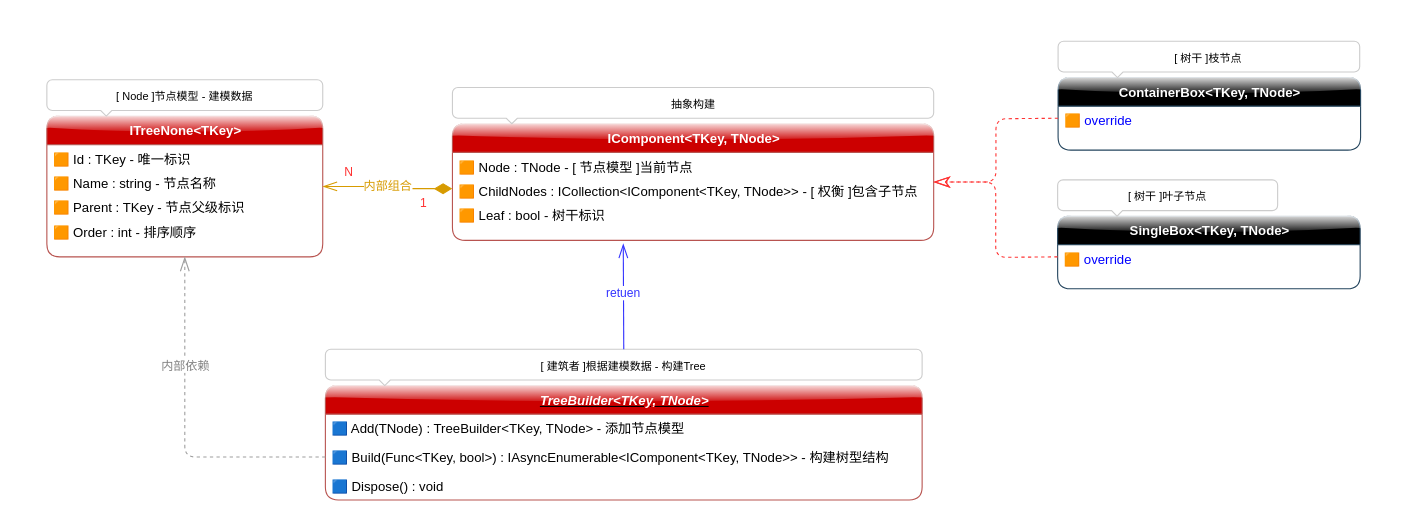
The draw.io diagram docs/wwwroot/UML/u1.0.0.drawio in pl06972515/PM2.Composite.Doc, before the edit. Source tidied: cells renumbered, new cells numbered last; positions are measured from the earlier drawing's top-left corner, leaving out a move shared by most shapes. Both pictures are drawn from the tidied source at 110%, with x=0, y=0 at pixel (19, 19).
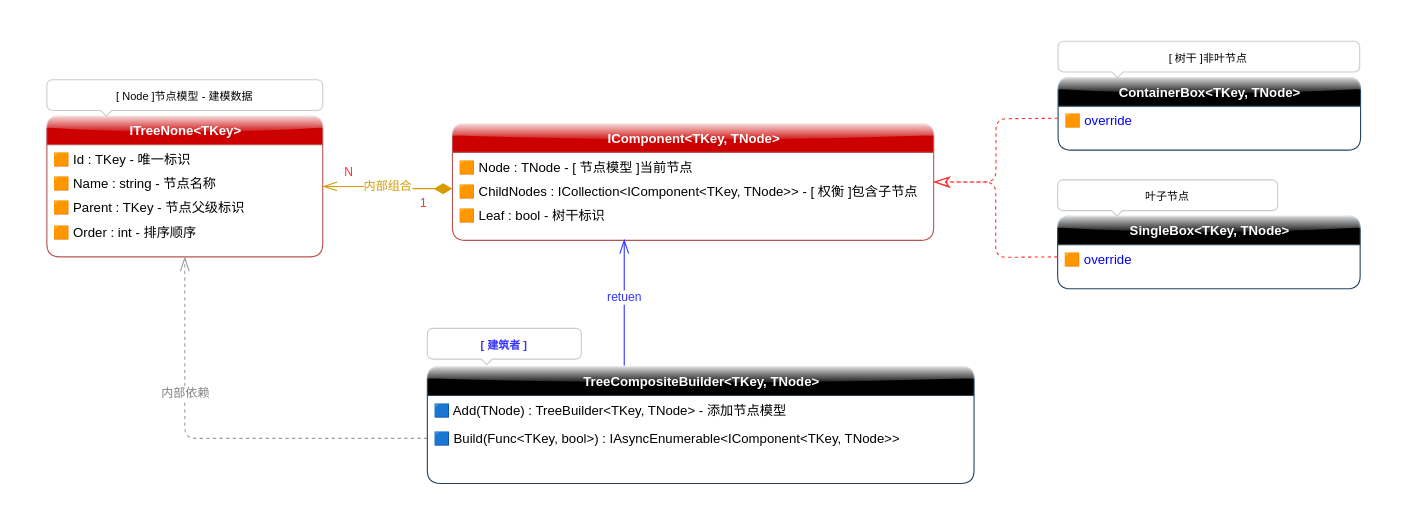
Above is the later version.

The change refers to these unchanged cells:
```xml
<mxCell id="3" value="&lt;div style=&quot;text-align: left&quot;&gt;&lt;font color=&quot;#ffffff&quot;&gt;ITreeNone&amp;lt;TKey&amp;gt;&lt;/font&gt;&lt;br&gt;&lt;/div&gt;" style="swimlane;fontStyle=1;align=center;verticalAlign=top;horizontal=1;startSize=26;html=1;strokeColor=#b85450;fillColor=#CC0000;glass=1;rounded=1;" parent="2" vertex="1">
  <mxGeometry x="25.1" y="53" width="250.8" height="128" as="geometry" />
</mxCell>
<mxCell id="10" style="group;rounded=1;" parent="1" vertex="1">
  <mxGeometry x="350" y="42" width="525" height="159" as="geometry" />
</mxCell>
<mxCell id="15" style="text;strokeColor=none;fillColor=none;align=left;verticalAlign=middle;spacingTop=-1;spacingLeft=4;spacingRight=4;labelPosition=right;points=[];portConstraint=eastwest;" parent="11" vertex="1">
  <mxGeometry y="92" width="437.5" height="14" as="geometry" />
</mxCell>
<mxCell id="17" style="group;rounded=1;" parent="1" vertex="1">
  <mxGeometry x="917" width="329" height="155" as="geometry" />
</mxCell>
<mxCell id="22" style="group;rounded=1;" parent="1" vertex="1">
  <mxGeometry x="924" y="126" width="240" height="155" as="geometry" />
</mxCell>
```

Change to the diagram source:
```diff
@@
-    <mxCell id="16" value="抽象构建" style="html=1;shadow=0;dashed=0;shape=mxgraph.bootstrap.popover;fillColor=#ffffff;strokeColor=#CCCCCC;dx=54;dy=5;rSize=5;whiteSpace=wrap;verticalAlign=top;spacing=10;fontSize=10;spacingLeft=0;align=center;spacingTop=-5;sketch=0;rounded=1;" parent="10" vertex="1">
-      <mxGeometry x="43.8" y="20" width="437.5" height="33" as="geometry" />
-    </mxCell>
@@
-    <mxCell id="21" value="[ 树干 ]枝节点" style="html=1;shadow=0;dashed=0;shape=mxgraph.bootstrap.popover;fillColor=#ffffff;strokeColor=#CCCCCC;dx=54;dy=5;rSize=5;whiteSpace=wrap;verticalAlign=top;spacing=10;fontSize=10;spacingLeft=0;align=center;spacingTop=-5;sketch=0;rounded=1;" parent="17" vertex="1">
+    <mxCell id="21" value="[ 树干 ]非叶节点" style="html=1;shadow=0;dashed=0;shape=mxgraph.bootstrap.popover;fillColor=#ffffff;strokeColor=#CCCCCC;dx=54;dy=5;rSize=5;whiteSpace=wrap;verticalAlign=top;spacing=10;fontSize=10;spacingLeft=0;align=center;spacingTop=-5;sketch=0;rounded=1;" parent="17" vertex="1">
       <mxGeometry x="27.4" y="20" width="274.2" height="33" as="geometry" />
     </mxCell>
@@
-    <mxCell id="26" value="[ 树干 ]叶子节点" style="html=1;shadow=0;dashed=0;shape=mxgraph.bootstrap.popover;fillColor=#ffffff;strokeColor=#CCCCCC;dx=54;dy=5;rSize=5;whiteSpace=wrap;verticalAlign=top;spacing=10;fontSize=10;spacingLeft=0;align=center;spacingTop=-5;sketch=0;rounded=1;" parent="22" vertex="1">
+    <mxCell id="26" value="叶子节点" style="html=1;shadow=0;dashed=0;shape=mxgraph.bootstrap.popover;fillColor=#ffffff;strokeColor=#CCCCCC;dx=54;dy=5;rSize=5;whiteSpace=wrap;verticalAlign=top;spacing=10;fontSize=10;spacingLeft=0;align=center;spacingTop=-5;sketch=0;rounded=1;" parent="22" vertex="1">
       <mxGeometry x="20" y="20" width="200" height="33" as="geometry" />
     </mxCell>
@@
-    <mxCell id="32" style="group;rounded=1;" parent="1" vertex="1">
-      <mxGeometry x="224" y="280" width="651" height="155" as="geometry" />
-    </mxCell>
-    <mxCell id="33" value="&lt;div style=&quot;text-align: left&quot;&gt;&lt;font color=&quot;#ffffff&quot;&gt;TreeBuilder&amp;lt;TKey, TNode&amp;gt;&lt;/font&gt;&lt;br&gt;&lt;/div&gt;" style="swimlane;fontStyle=7;align=center;verticalAlign=top;horizontal=1;startSize=26;html=1;strokeColor=#b85450;fillColor=#CC0000;glass=1;rounded=1;" parent="32" vertex="1">
-      <mxGeometry x="54.3" y="53" width="542.5" height="104" as="geometry" />
-    </mxCell>
+    <mxCell id="38" value="&lt;font color=&quot;#3333ff&quot;&gt;retuen&lt;/font&gt;" style="endArrow=openThin;endSize=11;html=1;fontColor=#000000;endFill=0;fillColor=#0050ef;strokeColor=#3333FF;entryX=0.357;entryY=0.929;entryDx=0;entryDy=0;entryPerimeter=0;" parent="1" edge="1" target="15">
+      <mxGeometry x="0.07" relative="1" as="geometry">
+        <mxPoint x="550" y="315" as="sourcePoint" />
+      </mxGeometry>
+    </mxCell>
+    <mxCell id="39" value="&lt;font color=&quot;#808080&quot;&gt;内部依赖&lt;/font&gt;" style="endArrow=openThin;endSize=11;dashed=1;html=1;fontColor=#000000;endFill=0;fillColor=#bac8d3;strokeColor=#9E9E9E;exitX=0;exitY=0.5;exitDx=0;exitDy=0;entryX=0.5;entryY=1;entryDx=0;entryDy=0;edgeStyle=orthogonalEdgeStyle;" parent="1" edge="1" source="35" target="3">
+      <mxGeometry x="0.36" relative="1" as="geometry" />
+    </mxCell>
+    <mxCell id="40" value="&lt;span style=&quot;color: rgb(255 , 255 , 255) ; text-align: left&quot;&gt;TreeCompositeBuilder&amp;lt;TKey, TNode&amp;gt;&lt;/span&gt;" style="swimlane;fontStyle=1;align=center;verticalAlign=top;horizontal=1;startSize=26;html=1;strokeColor=#23445d;glass=1;fillColor=#000000;rounded=1;" parent="1" vertex="1">
+      <mxGeometry x="371" y="316" width="497" height="106" as="geometry" />
+    </mxCell>
-    <mxCell id="34" value="🟦 Add(TNode) : TreeBuilder&lt;TKey, TNode&gt; - 添加节点模型" style="text;strokeColor=none;fillColor=none;align=left;verticalAlign=top;spacingLeft=4;spacingRight=4;overflow=hidden;rounded=1;" parent="33" vertex="1">
-      <mxGeometry y="26" width="542.5" height="26" as="geometry" />
+    <mxCell id="34" value="🟦 Add(TNode) : TreeBuilder&lt;TKey, TNode&gt; - 添加节点模型" style="text;strokeColor=none;fillColor=none;align=left;verticalAlign=top;spacingLeft=4;spacingRight=4;overflow=hidden;rounded=1;" parent="40" vertex="1">
+      <mxGeometry y="26" width="497" height="26" as="geometry" />
     </mxCell>
-    <mxCell id="35" value="🟦 Build(Func&lt;TKey, bool&gt;) : IAsyncEnumerable&lt;IComponent&lt;TKey, TNode&gt;&gt; - 构建树型结构" style="text;strokeColor=none;fillColor=none;align=left;verticalAlign=top;spacingLeft=4;spacingRight=4;overflow=hidden;points=[[0,0.5],[1,0.5]];portConstraint=eastwest;rounded=1;" parent="33" vertex="1">
-      <mxGeometry y="52" width="542.5" height="26" as="geometry" />
+    <mxCell id="35" value="🟦 Build(Func&lt;TKey, bool&gt;) : IAsyncEnumerable&lt;IComponent&lt;TKey, TNode&gt;&gt; " style="text;strokeColor=none;fillColor=none;align=left;verticalAlign=top;spacingLeft=4;spacingRight=4;overflow=hidden;points=[[0,0.5],[1,0.5]];portConstraint=eastwest;rounded=1;" parent="40" vertex="1">
+      <mxGeometry y="52" width="497" height="26" as="geometry" />
     </mxCell>
-    <mxCell id="36" value="🟦 Dispose() : void" style="text;strokeColor=none;fillColor=none;align=left;verticalAlign=top;spacingLeft=4;spacingRight=4;overflow=hidden;rounded=1;" parent="33" vertex="1">
-      <mxGeometry y="78" width="542.5" height="26" as="geometry" />
-    </mxCell>
-    <mxCell id="37" value="[ 建筑者 ]根据建模数据 - 构建Tree" style="html=1;shadow=0;dashed=0;shape=mxgraph.bootstrap.popover;fillColor=#ffffff;strokeColor=#CCCCCC;dx=54;dy=5;rSize=5;whiteSpace=wrap;verticalAlign=top;spacing=10;fontSize=10;spacingLeft=0;align=center;spacingTop=-5;sketch=0;rounded=1;" parent="32" vertex="1">
-      <mxGeometry x="54.3" y="20" width="542.5" height="33" as="geometry" />
-    </mxCell>
-    <mxCell id="38" value="&lt;font color=&quot;#3333ff&quot;&gt;retuen&lt;/font&gt;" style="endArrow=openThin;endSize=11;html=1;fontColor=#000000;endFill=0;fillColor=#0050ef;strokeColor=#3333FF;exitX=0.5;exitY=0;exitDx=0;exitDy=0;exitPerimeter=0;entryX=0.355;entryY=1.214;entryDx=0;entryDy=0;entryPerimeter=0;" parent="1" edge="1" source="37" target="15">
-      <mxGeometry x="0.07" relative="1" as="geometry" />
-    </mxCell>
-    <mxCell id="39" value="&lt;font color=&quot;#808080&quot;&gt;内部依赖&lt;/font&gt;" style="endArrow=openThin;endSize=11;dashed=1;html=1;fontColor=#000000;endFill=0;fillColor=#bac8d3;strokeColor=#9E9E9E;exitX=0;exitY=0.5;exitDx=0;exitDy=0;entryX=0.5;entryY=1;entryDx=0;entryDy=0;edgeStyle=orthogonalEdgeStyle;" parent="1" edge="1" source="35" target="3">
-      <mxGeometry x="0.36" relative="1" as="geometry" />
-    </mxCell>
+    <mxCell id="41" style="text;strokeColor=none;fillColor=none;align=left;verticalAlign=middle;spacingTop=-1;spacingLeft=4;spacingRight=4;labelPosition=right;" parent="40" vertex="1">
+      <mxGeometry y="78" width="497" height="14" as="geometry" />
+    </mxCell>
+    <mxCell id="42" style="text;strokeColor=none;fillColor=none;align=left;verticalAlign=middle;spacingTop=-1;spacingLeft=4;spacingRight=4;labelPosition=right;" parent="40" vertex="1">
+      <mxGeometry y="92" width="497" height="14" as="geometry" />
+    </mxCell>
+    <mxCell id="43" value="&lt;font color=&quot;#3333ff&quot;&gt;&lt;b&gt;[ 建筑者 ]&lt;/b&gt;&lt;/font&gt;" style="html=1;shadow=0;dashed=0;shape=mxgraph.bootstrap.popover;fillColor=#ffffff;strokeColor=#CCCCCC;dx=54;dy=5;rSize=5;whiteSpace=wrap;verticalAlign=top;spacing=10;fontSize=10;spacingLeft=0;align=center;spacingTop=-5;sketch=0;rounded=1;" parent="1" vertex="1">
+      <mxGeometry x="371" y="281" width="140" height="33" as="geometry" />
+    </mxCell>
```
